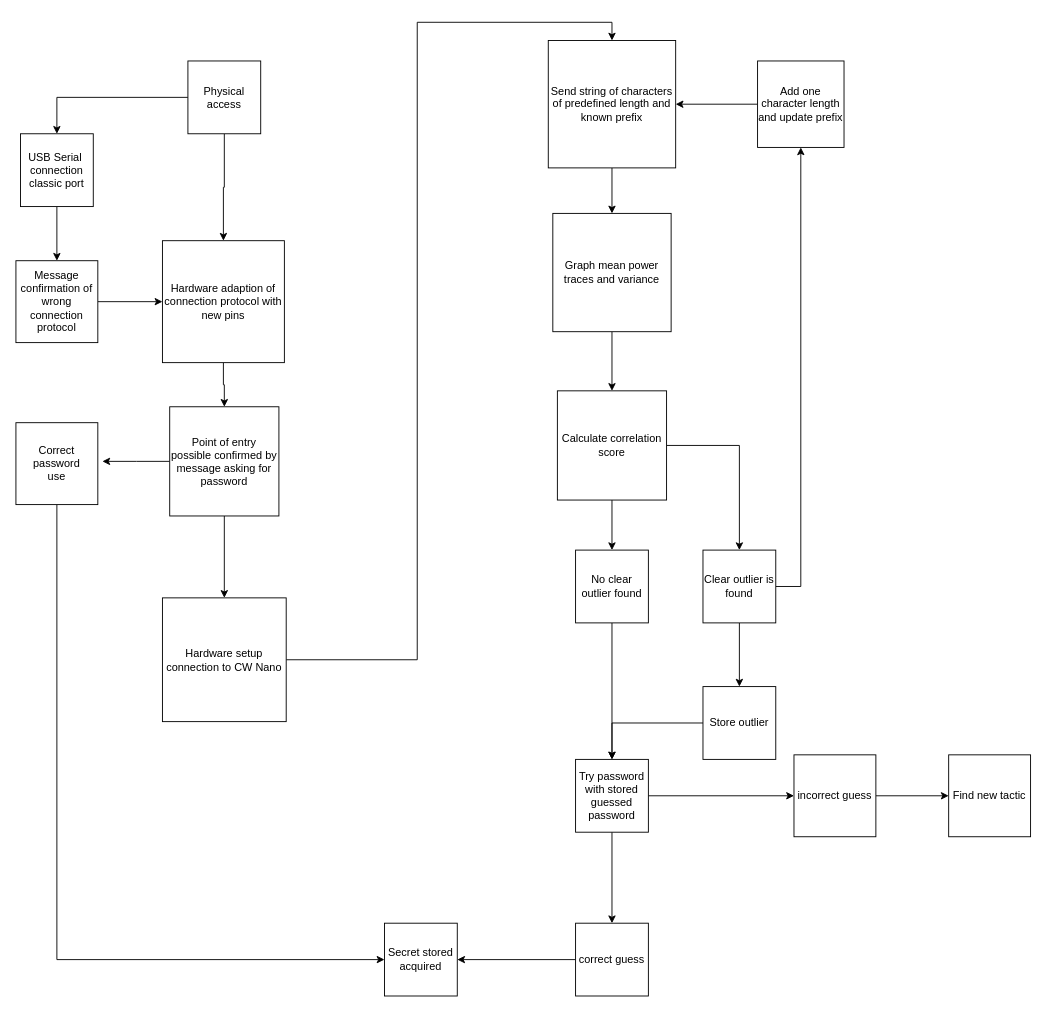
The draw.io diagram Attack tree.drawio in BNoteris/Arduino_hardware_hacking, before the edit. Source tidied: cells renumbered, new cells numbered last; positions are measured from the earlier drawing's top-left corner, leaving out a move shared by most shapes. Both pictures are drawn from the tidied source at 91%, with x=0, y=0 at pixel (15, 40).
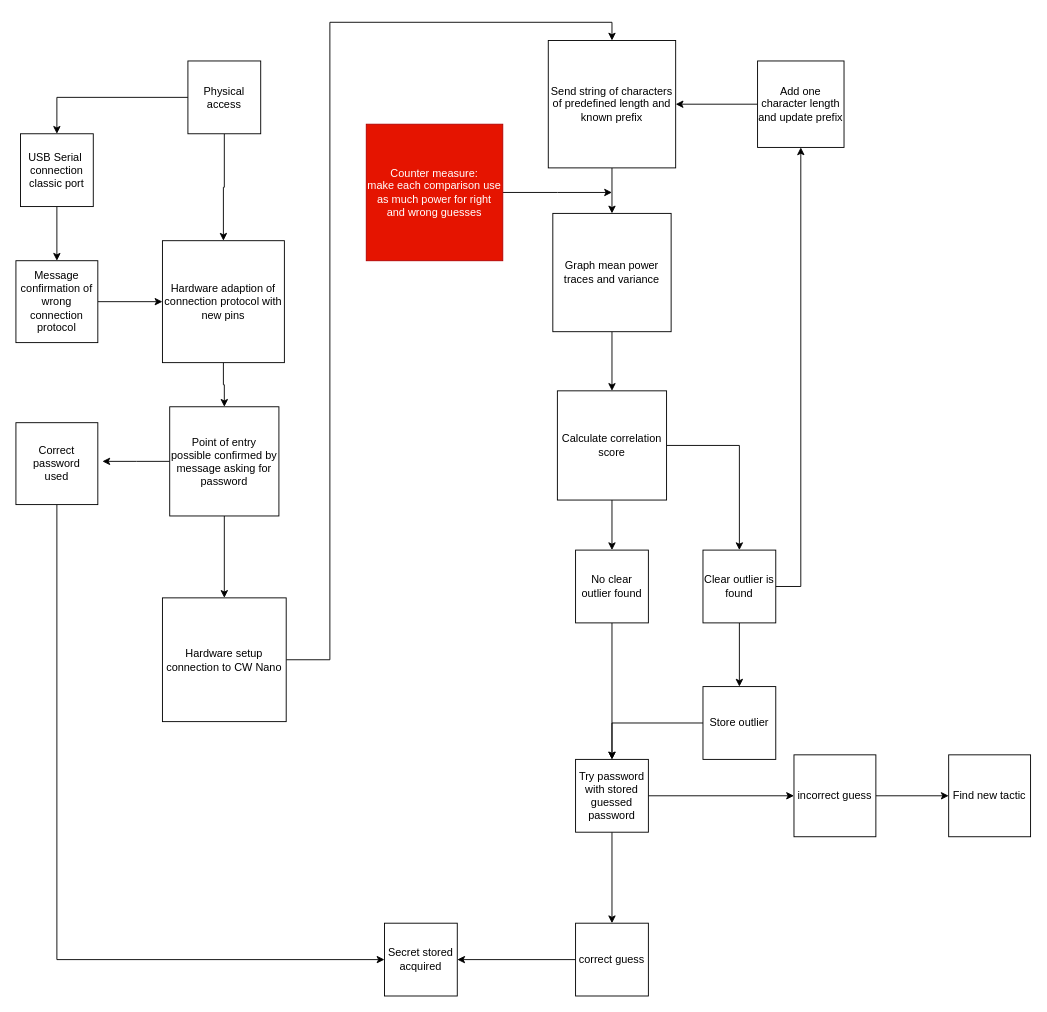
The same page after the edit.

Commit message:
Mettre à jour Attack tree.drawio

Unchanged cells that the change refers to:
```xml
<mxCell id="15" value="Hardware setup connection to CW Nano" style="whiteSpace=wrap;html=1;" parent="1" vertex="1">
  <mxGeometry x="161" y="612.5" width="136" height="136" as="geometry" />
</mxCell>
<mxCell id="17" value="Send string of characters of predefined length and known prefix" style="whiteSpace=wrap;html=1;" parent="1" vertex="1">
  <mxGeometry x="585" width="140" height="140" as="geometry" />
</mxCell>
```

Change to the diagram source:
```diff
@@
     <mxCell id="14" style="edgeStyle=orthogonalEdgeStyle;rounded=0;jettySize=auto;html=1;entryX=0.5;entryY=0;entryDx=0;entryDy=0;" parent="1" edge="1" source="15" target="17">
-      <mxGeometry relative="1" as="geometry" />
+      <mxGeometry relative="1" as="geometry">
+        <Array as="points">
+          <mxPoint x="345" y="681" />
+          <mxPoint x="345" y="-20" />
+          <mxPoint x="655" y="-20" />
+        </Array>
+      </mxGeometry>
     </mxCell>
@@
-    <mxCell id="36" value="Correct password&lt;div&gt;use&lt;/div&gt;" style="whiteSpace=wrap;html=1;" parent="1" vertex="1">
+    <mxCell id="36" value="Correct password&lt;div&gt;used&lt;/div&gt;" style="whiteSpace=wrap;html=1;" parent="1" vertex="1">
       <mxGeometry y="420" width="90" height="90" as="geometry" />
     </mxCell>
@@
+    <mxCell id="43" style="edgeStyle=orthogonalEdgeStyle;rounded=0;jettySize=auto;html=1;" parent="1" edge="1" source="44">
+      <mxGeometry relative="1" as="geometry">
+        <mxPoint x="655" y="167" as="targetPoint" />
+      </mxGeometry>
+    </mxCell>
+    <mxCell id="44" value="Counter measure:&lt;div&gt;make each comparison use as much power for right and wrong guesses&lt;/div&gt;" style="whiteSpace=wrap;html=1;fillColor=#e51400;fontColor=#ffffff;strokeColor=#B20000;" parent="1" vertex="1">
+      <mxGeometry x="385" y="92" width="150" height="150" as="geometry" />
+    </mxCell>
```
